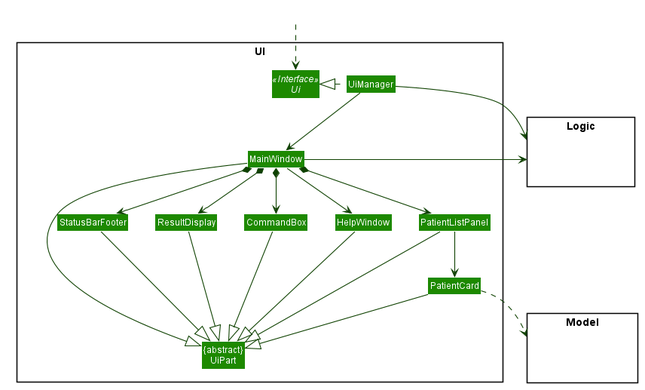
Above: docs/images/UiClassDiagram.png in yeohhq/tp (PlantUML), before the change.
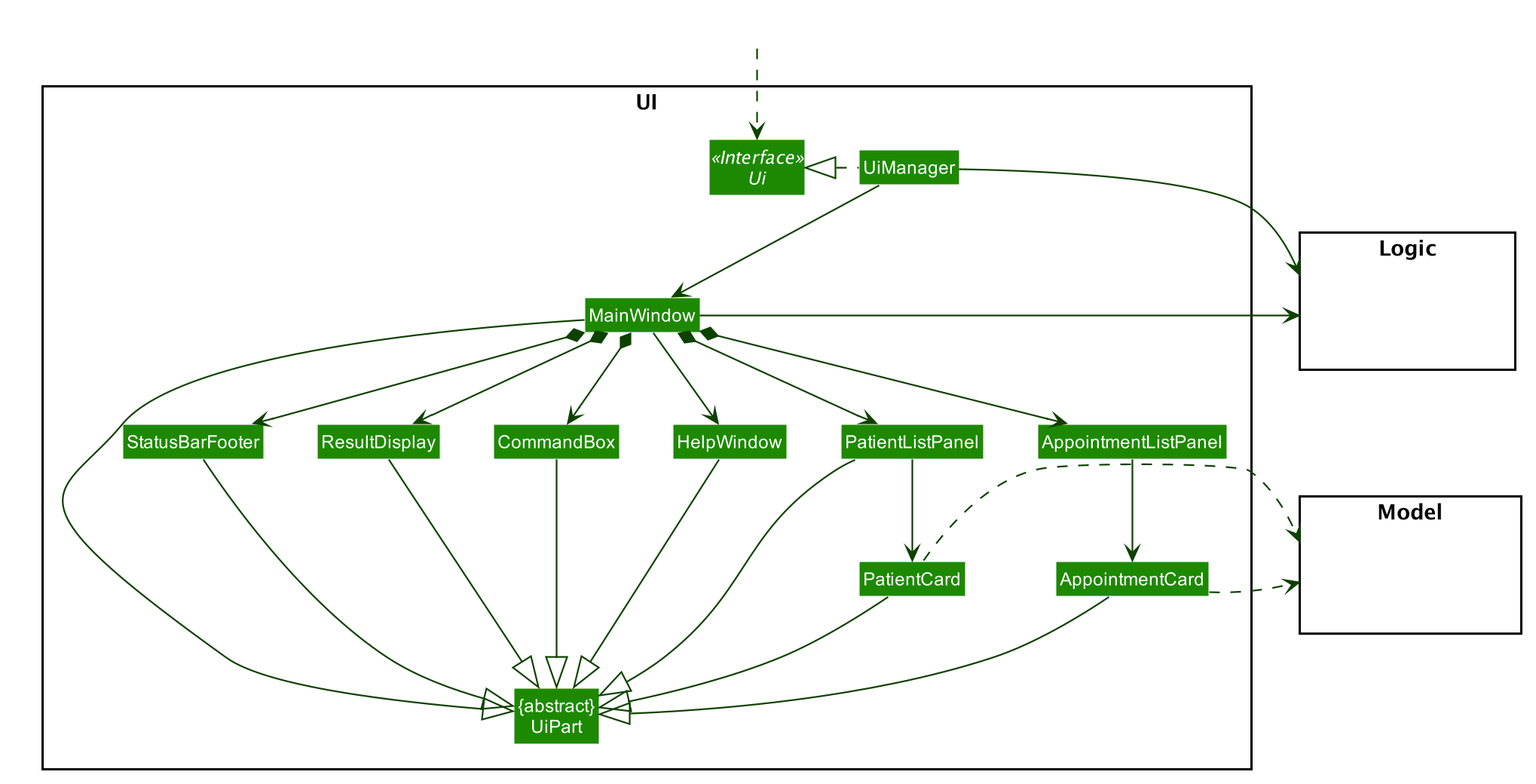
The same file after the commit.

Change to the diagram source:
```diff
@@ -60,6 +60,8 @@
 Class ResultDisplay
 Class PatientListPanel
 Class PatientCard
+Class AppointmentListPanel
+Class AppointmentCard
 Class StatusBarFooter
 Class CommandBox
 }
@@ -81,9 +83,11 @@
 MainWindow *-down-> CommandBox
 MainWindow *-down-> ResultDisplay
 MainWindow *-down-> PatientListPanel
+MainWindow *-down-> AppointmentListPanel
 MainWindow *-down-> StatusBarFooter
 
 PatientListPanel -down-> PatientCard
+AppointmentListPanel -down-> AppointmentCard
 
 MainWindow -left-|> UiPart
 
@@ -91,10 +95,12 @@
 CommandBox --|> UiPart
 PatientListPanel --|> UiPart
 PatientCard --|> UiPart
+AppointmentCard --|> UiPart
 StatusBarFooter --|> UiPart
 HelpWindow -down-|> UiPart
 
-PatientCard ..> Model
+PatientCard .> Model
+AppointmentCard .> Model
 UiManager -right-> Logic
 MainWindow -left-> Logic
 
```
